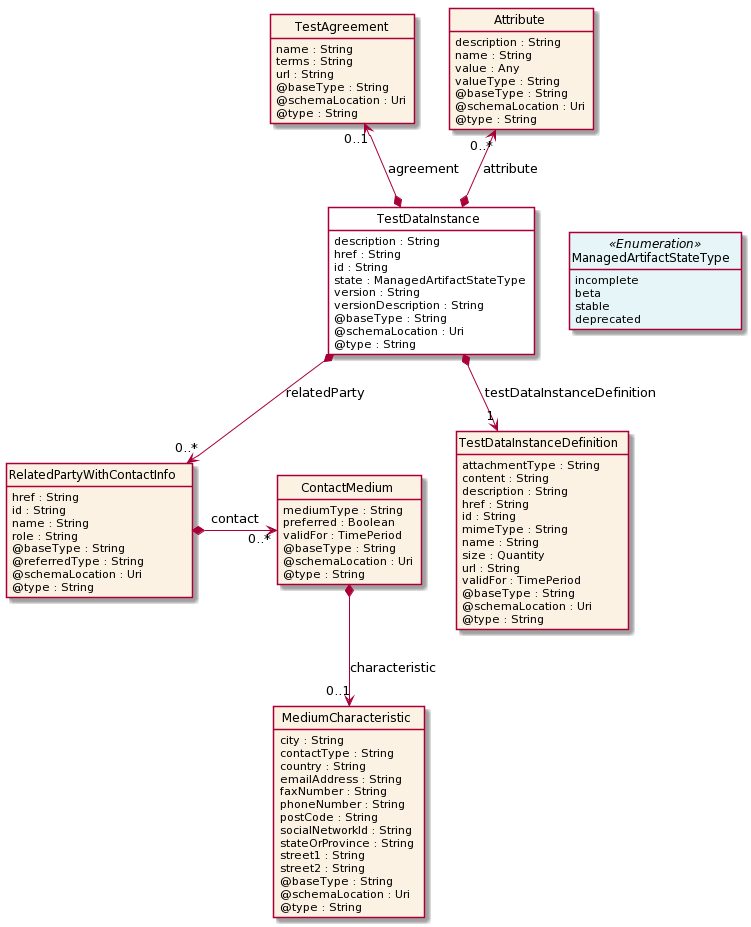
Earlier version of the PlantUML export apis/TMF706_Test_Data/documentation/diagrams/Resource_TestDataInstance.png (tmforum-apis/Open_Api_And_Data_Model).
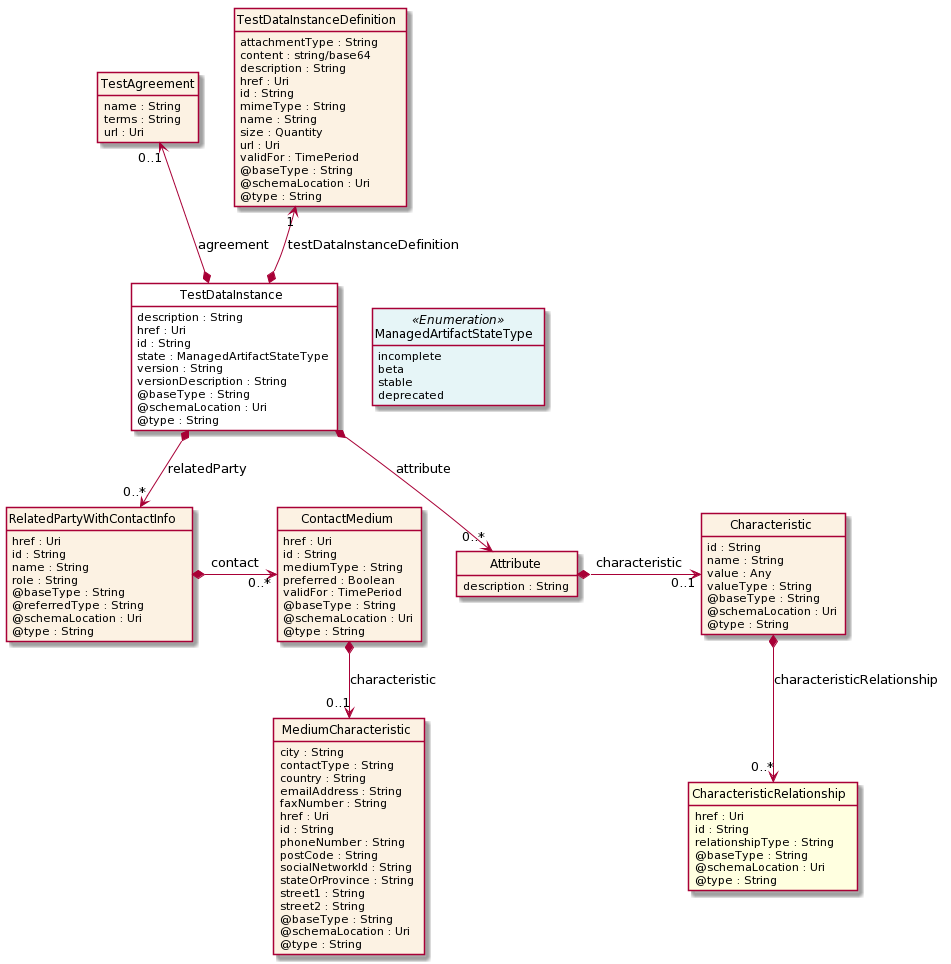
Above is the later version.

What changed in the source:
```diff
@@ -12,7 +12,7 @@
 
 class TestDataInstance  <<Pivot>> {
     description : String
-    href : String
+    href : Uri
     id : String
     state : ManagedArtifactStateType
     version : String
@@ -32,14 +32,11 @@
 class TestAgreement  {
     name : String
     terms : String
-    url : String
-    @baseType : String
-    @schemaLocation : Uri
-    @type : String
+    url : Uri
 }
 
 class RelatedPartyWithContactInfo  {
-    href : String
+    href : Uri
     id : String
     name : String
     role : String
@@ -50,6 +47,8 @@
 }
 
 class ContactMedium  {
+    href : Uri
+    id : String
     mediumType : String
     preferred : Boolean
     validFor : TimePeriod
@@ -64,6 +63,8 @@
     country : String
     emailAddress : String
     faxNumber : String
+    href : Uri
+    id : String
     phoneNumber : String
     postCode : String
     socialNetworkId : String
@@ -77,6 +78,10 @@
 
 class Attribute  {
     description : String
+}
+
+class Characteristic  {
+    id : String
     name : String
     value : Any
     valueType : String
@@ -85,16 +90,25 @@
     @type : String
 }
 
+class CharacteristicRelationship  <<Ref>> {
+    href : Uri
+    id : String
+    relationshipType : String
+    @baseType : String
+    @schemaLocation : Uri
+    @type : String
+}
+
 class TestDataInstanceDefinition  {
     attachmentType : String
-    content : String
+    content : string/base64
     description : String
-    href : String
+    href : Uri
     id : String
     mimeType : String
     name : String
     size : Quantity
-    url : String
+    url : Uri
     validFor : TimePeriod
     @baseType : String
     @schemaLocation : Uri
@@ -103,11 +117,11 @@
 
 TestDataInstance -right[hidden]-> ManagedArtifactStateType
 
-Attribute "0..*" <--* TestDataInstance : attribute
-
 TestAgreement "0..1" <--* TestDataInstance : agreement
 
-TestDataInstance *-->  "1" TestDataInstanceDefinition : testDataInstanceDefinition
+TestDataInstanceDefinition "1" <--* TestDataInstance : testDataInstanceDefinition
+
+TestDataInstance *-->  "0..*" Attribute : attribute
 
 TestDataInstance *-->  "0..*" RelatedPartyWithContactInfo : relatedParty
 
@@ -115,4 +129,8 @@
 
 ContactMedium *-->  "0..1" MediumCharacteristic : characteristic
 
+Attribute *-right-> "0..1" Characteristic : characteristic
+
+Characteristic *-->  "0..*" CharacteristicRelationship : characteristicRelationship
+
 @enduml
```
